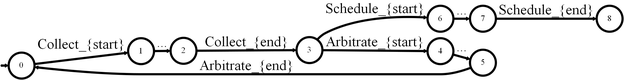
blambeau/phd keeps this Graphviz diagram as writing/src/3-deductive/images/scheduler-lts.png. Above is the earlier version. Its source is kept beside it as writing/src/3-deductive/images/scheduler-lts.dot.
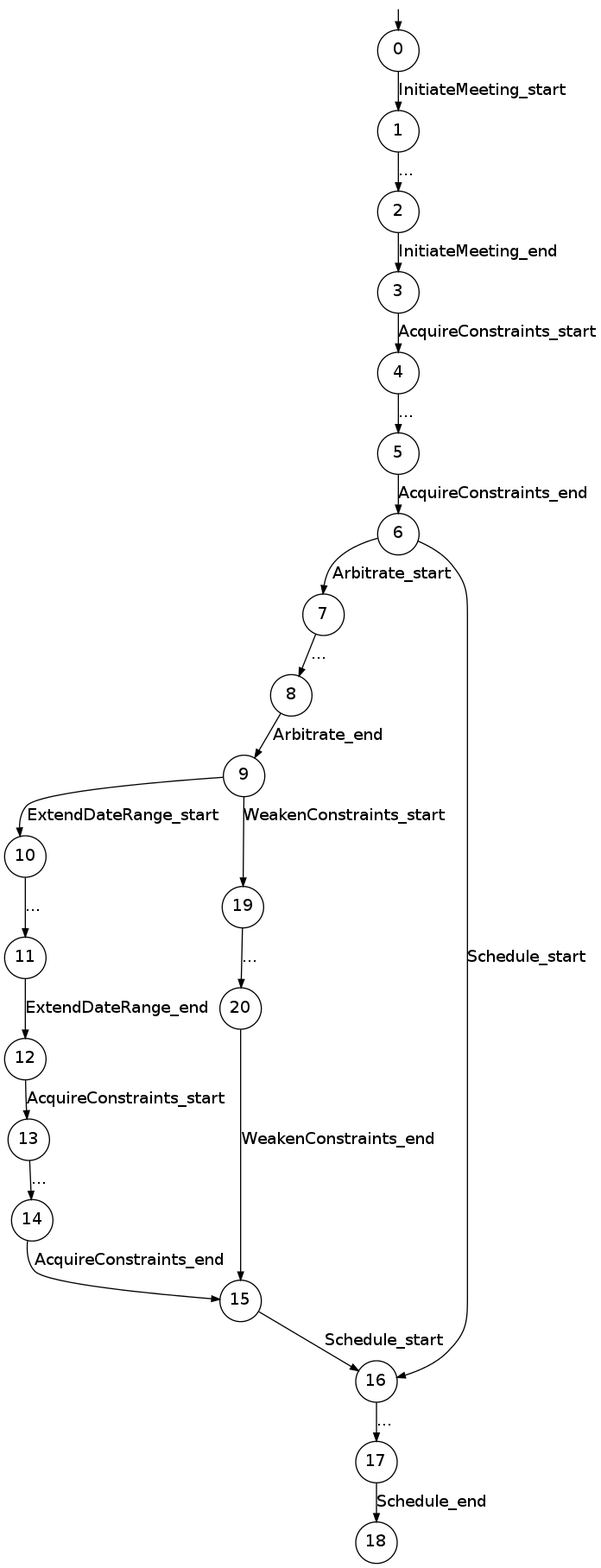
Later version of the same file.

Commit message:
Added a meeting scheduler example

Change to the diagram source:
```diff
@@ -1,21 +1,39 @@
 digraph G {
-  graph [rankdir="LR" ranksep=0];
-  node [fontsize=24 penwidth=6 shape="circle" style="filled" height="1.0" width="1.0" fixedsize="true" fillcolor="white"];
-  edge [fontsize=40 penwidth=6]
-  zz [height="0" width="0" fixedsize="true" label="" fillcolor="black"];
-  0 [color="black" fillcolor="white" shape="circle" style="filled"];
-  1 [color="black" fillcolor="white" shape="circle" style="filled"];
+  graph [pack=true rankdir=TD ranksep=0 margin=0];
+  node [shape=circle color=black width=0.5 height=0.5 fixedsize=true]
+  edge [arrowsize=0.7]
+
+  zz [label="" color="white" fillcolor="white" shape="circle" style="filled"
+      width=0.05 height=0.05 fixedsize=true ];
   zz -> 0 [label=""];
 
-  0 -> 1 [label="Collect_{start}"];
+  0 -> 1 [label="InitiateMeeting_start"];
   1 -> 2 [label="..."];
-  2 -> 3 [label="Collect_{end}"];
+  2 -> 3 [label="InitiateMeeting_end"];
 
-  3 -> 4 [label="Arbitrate_{start}"];
+  3 -> 4 [label="AcquireConstraints_start"];
   4 -> 5 [label="..."];
-  5 -> 0 [label="Arbitrate_{end}"];
+  5 -> 6 [label="AcquireConstraints_end"];
 
-  3 -> 6 [label="Schedule_{start}"];
-  6 -> 7 [label="..."];
-  7 -> 8 [label="Schedule_{end}"];
+  6 -> 7 [label="Arbitrate_start"];
+  7 -> 8 [label="..."];
+  8 -> 9 [label="Arbitrate_end"];
+
+  9 -> 10 [label="ExtendDateRange_start"];
+  10 -> 11 [label="..."];
+  11 -> 12 [label="ExtendDateRange_end"];
+
+  12 -> 13 [label="AcquireConstraints_start"];
+  13 -> 14 [label="..."];
+  14 -> 15 [label="AcquireConstraints_end"];
+
+  15 -> 16 [label="Schedule_start"];
+  16 -> 17 [label="..."];
+  17 -> 18 [label="Schedule_end"];
+
+  9 -> 19 [label="WeakenConstraints_start"];
+  19 -> 20 [label="..."];
+  20 -> 15 [label="WeakenConstraints_end"];
+
+  6 -> 16 [label="Schedule_start"];
 }
```
